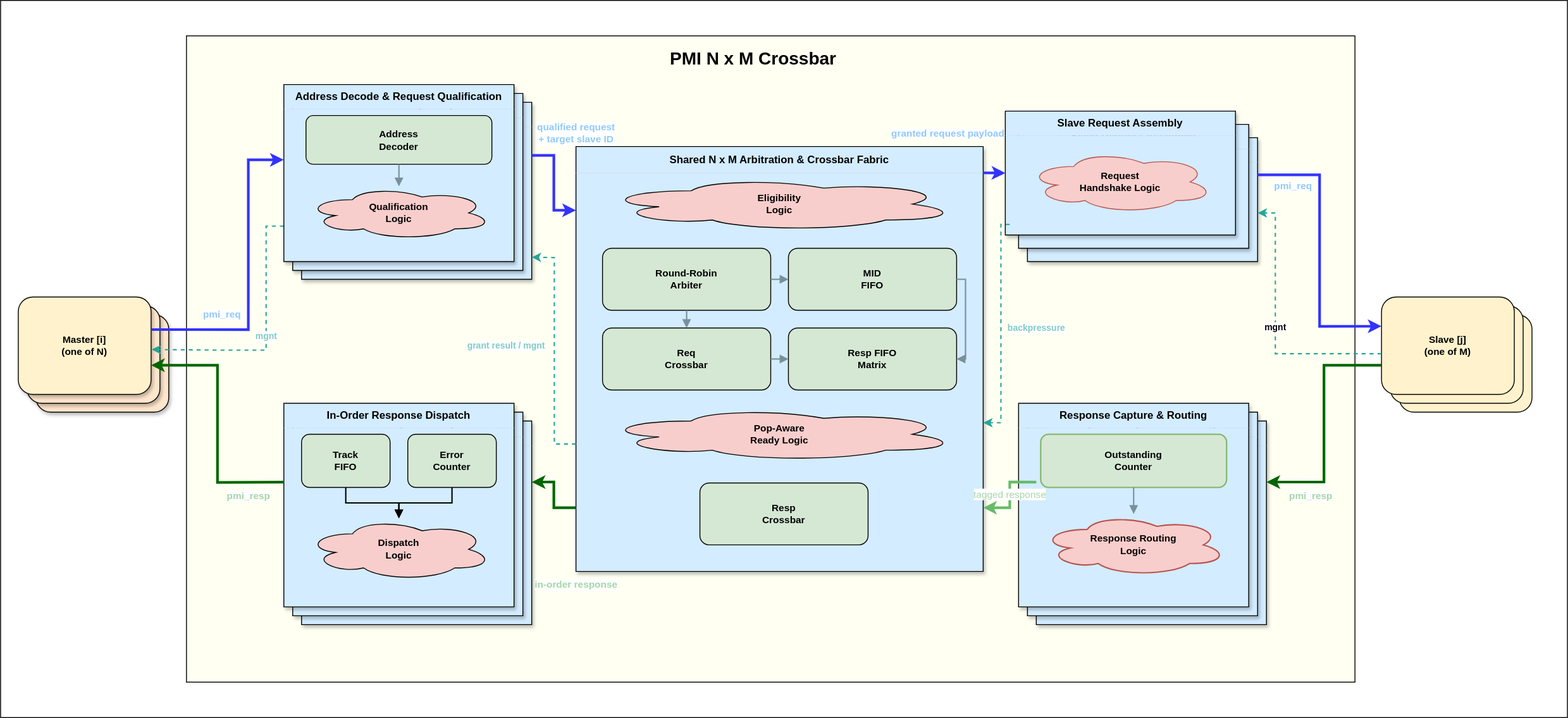
Earlier version of the draw.io export document/pmi_crossbar.svg (ADN-VLSI/adn_common). Source tidied: cells renumbered, new cells last; positions are measured from the earlier drawing's top-left corner, leaving out a move shared by most shapes.
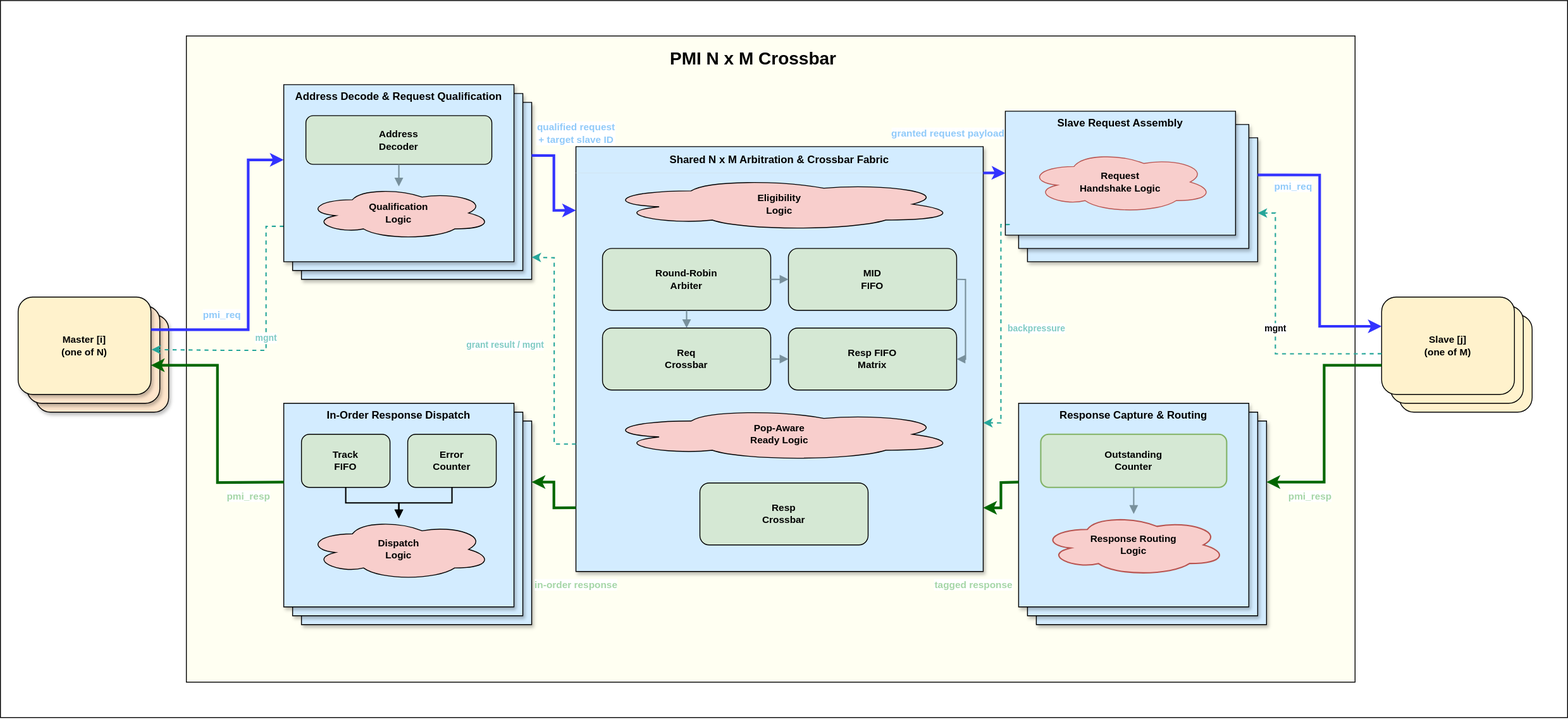
The same file after the commit.

What changed in the source:
```diff
@@ -245,8 +245,11 @@
     <mxCell id="71" value="&lt;b&gt;pmi_resp&lt;/b&gt;" style="edgeStyle=orthogonalEdgeStyle;rounded=0;html=1;strokeColor=#006600;strokeWidth=3;fontColor=#A5D6A7;fontSize=11;exitX=0;exitY=0.7;entryX=1;entryY=0.3;" parent="1" edge="1" source="62" target="48">
       <mxGeometry x="0.62" y="16" relative="1" as="geometry" />
     </mxCell>
-    <mxCell id="72" value="tagged response" style="edgeStyle=orthogonalEdgeStyle;rounded=0;html=1;strokeColor=#66BB6A;strokeWidth=3;fontColor=#A5D6A7;fontSize=11;exitX=0;exitY=0.3;entryX=1;entryY=0.85;" parent="1" edge="1" source="48" target="30">
-      <mxGeometry relative="1" as="geometry" />
+    <mxCell id="72" value="&lt;b&gt;tagged response&lt;/b&gt;" style="edgeStyle=orthogonalEdgeStyle;rounded=0;html=1;strokeColor=#006600;strokeWidth=3;fontColor=#A5D6A7;fontSize=11;entryX=1;entryY=0.85;" parent="1" edge="1" target="30">
+      <mxGeometry x="1" y="88" relative="1" as="geometry">
+        <mxPoint x="1150" y="544" as="sourcePoint" />
+        <mxPoint x="-10" y="-1" as="offset" />
+      </mxGeometry>
     </mxCell>
     <mxCell id="73" value="&lt;b&gt;in-order response&lt;/b&gt;" style="edgeStyle=orthogonalEdgeStyle;rounded=0;html=1;strokeColor=#006600;strokeWidth=3;fontColor=#A5D6A7;fontSize=11;exitX=0;exitY=0.85;entryX=1;entryY=0.3;" parent="1" edge="1" source="30" target="12">
       <mxGeometry x="-1" y="87" relative="1" as="geometry" />
```
